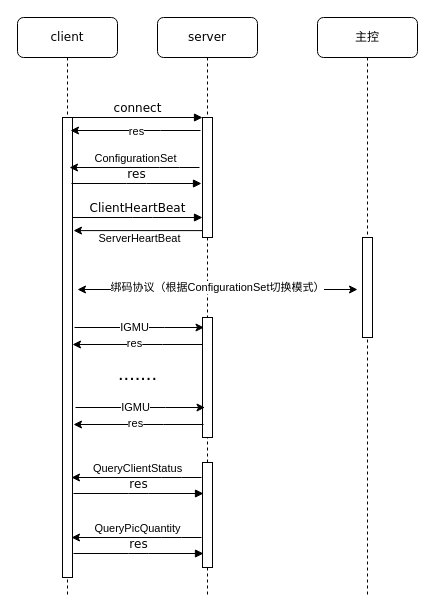
xwkeke/MyGit keeps this draw.io diagram as Untitled Diagram.drawio. Above is the earlier version. Source tidied: cells renumbered, new cells numbered last; positions are measured from the earlier drawing's top-left corner, leaving out a move shared by most shapes. Both pictures are drawn from the tidied source at 100%, with x=0, y=0 at pixel (17, 17).
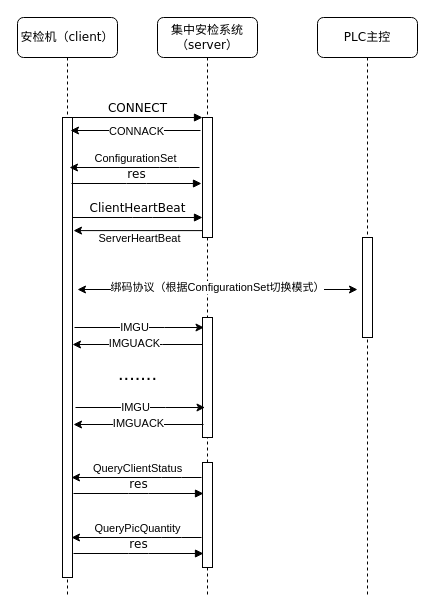
The same diagram, later.

Unchanged cells that the change refers to:
```xml
<mxCell id="3" style="html=1;points=[];perimeter=orthogonalPerimeter;rounded=0;shadow=0;comic=0;labelBackgroundColor=none;strokeWidth=1;fontFamily=Verdana;fontSize=12;align=center;" parent="2" vertex="1">
  <mxGeometry x="45" y="100" width="10" height="120" as="geometry" />
</mxCell>
<mxCell id="9" style="html=1;points=[];perimeter=orthogonalPerimeter;rounded=0;shadow=0;comic=0;labelBackgroundColor=none;strokeWidth=1;fontFamily=Verdana;fontSize=12;align=center;" parent="8" vertex="1">
  <mxGeometry x="45" y="100" width="10" height="460" as="geometry" />
</mxCell>
<mxCell id="11" style="endArrow=classic;html=1;" parent="1" edge="1">
  <mxGeometry relative="1" as="geometry">
    <mxPoint x="183" y="113" as="sourcePoint" />
    <mxPoint x="53" y="113" as="targetPoint" />
    <Array as="points">
      <mxPoint x="133" y="113" />
    </Array>
  </mxGeometry>
</mxCell>
<mxCell id="18" style="endArrow=classic;html=1;" parent="1" edge="1">
  <mxGeometry relative="1" as="geometry">
    <mxPoint x="57" y="310" as="sourcePoint" />
    <mxPoint x="186.5" y="310" as="targetPoint" />
    <Array as="points">
      <mxPoint x="137" y="310" />
    </Array>
  </mxGeometry>
</mxCell>
<mxCell id="23" style="endArrow=classic;html=1;" parent="1" edge="1">
  <mxGeometry relative="1" as="geometry">
    <mxPoint x="185" y="327" as="sourcePoint" />
    <mxPoint x="55" y="327" as="targetPoint" />
    <Array as="points">
      <mxPoint x="135" y="327" />
    </Array>
  </mxGeometry>
</mxCell>
<mxCell id="25" style="endArrow=classic;html=1;" parent="1" edge="1">
  <mxGeometry relative="1" as="geometry">
    <mxPoint x="58" y="390" as="sourcePoint" />
    <mxPoint x="187.5" y="390" as="targetPoint" />
    <Array as="points">
      <mxPoint x="138" y="390" />
    </Array>
  </mxGeometry>
</mxCell>
<mxCell id="27" style="endArrow=classic;html=1;" parent="1" edge="1">
  <mxGeometry relative="1" as="geometry">
    <mxPoint x="186" y="407" as="sourcePoint" />
    <mxPoint x="56" y="407" as="targetPoint" />
    <Array as="points">
      <mxPoint x="136" y="407" />
    </Array>
  </mxGeometry>
</mxCell>
```

What changed in the source:
```diff
@@
-    <mxCell id="2" value="server" style="shape=umlLifeline;perimeter=lifelinePerimeter;whiteSpace=wrap;html=1;rounded=1;shadow=0;comic=0;labelBackgroundColor=none;strokeWidth=1;fontFamily=Verdana;fontSize=12;align=center;" parent="1" vertex="1">
+    <mxCell id="2" value="集中安检系统（server）" style="shape=umlLifeline;perimeter=lifelinePerimeter;whiteSpace=wrap;html=1;rounded=1;shadow=0;comic=0;labelBackgroundColor=none;strokeWidth=1;fontFamily=Verdana;fontSize=12;align=center;" parent="1" vertex="1">
       <mxGeometry x="140" width="100" height="580" as="geometry" />
     </mxCell>
@@
-    <mxCell id="6" value="主控" style="shape=umlLifeline;perimeter=lifelinePerimeter;whiteSpace=wrap;html=1;rounded=1;shadow=0;comic=0;labelBackgroundColor=none;strokeWidth=1;fontFamily=Verdana;fontSize=12;align=center;" parent="1" vertex="1">
+    <mxCell id="6" value="PLC主控" style="shape=umlLifeline;perimeter=lifelinePerimeter;whiteSpace=wrap;html=1;rounded=1;shadow=0;comic=0;labelBackgroundColor=none;strokeWidth=1;fontFamily=Verdana;fontSize=12;align=center;" parent="1" vertex="1">
       <mxGeometry x="300" width="100" height="580" as="geometry" />
     </mxCell>
@@
-    <mxCell id="8" value="client" style="shape=umlLifeline;perimeter=lifelinePerimeter;whiteSpace=wrap;html=1;rounded=1;shadow=0;comic=0;labelBackgroundColor=none;strokeWidth=1;fontFamily=Verdana;fontSize=12;align=center;" parent="1" vertex="1">
+    <mxCell id="8" value="安检机（client）" style="shape=umlLifeline;perimeter=lifelinePerimeter;whiteSpace=wrap;html=1;rounded=1;shadow=0;comic=0;labelBackgroundColor=none;strokeWidth=1;fontFamily=Verdana;fontSize=12;align=center;" parent="1" vertex="1">
       <mxGeometry width="100" height="580" as="geometry" />
     </mxCell>
@@
-    <mxCell id="10" value="connect" style="html=1;verticalAlign=bottom;endArrow=block;entryX=0;entryY=0;labelBackgroundColor=none;fontFamily=Verdana;fontSize=12;edgeStyle=elbowEdgeStyle;elbow=vertical;" parent="1" edge="1" source="9" target="3">
+    <mxCell id="10" value="CONNECT" style="html=1;verticalAlign=bottom;endArrow=block;entryX=0;entryY=0;labelBackgroundColor=none;fontFamily=Verdana;fontSize=12;edgeStyle=elbowEdgeStyle;elbow=vertical;" parent="1" edge="1" source="9" target="3">
       <mxGeometry relative="1" as="geometry" />
     </mxCell>
@@
-    <mxCell id="12" value="res" style="edgeLabel;html=1;align=center;verticalAlign=middle;" parent="11" vertex="1">
+    <mxCell id="12" value="CONNACK" style="edgeLabel;html=1;align=center;verticalAlign=middle;" parent="11" vertex="1">
       <mxGeometry x="-0.12" relative="1" as="geometry">
         <mxPoint x="-8" as="offset" />
       </mxGeometry>
     </mxCell>
@@
-    <mxCell id="19" value="IGMU" style="edgeLabel;html=1;align=center;verticalAlign=middle;" parent="18" vertex="1">
+    <mxCell id="19" value="IMGU" style="edgeLabel;html=1;align=center;verticalAlign=middle;" parent="18" vertex="1">
       <mxGeometry x="-0.15" y="1" relative="1" as="geometry">
         <mxPoint x="4" as="offset" />
       </mxGeometry>
     </mxCell>
@@
-    <mxCell id="24" value="res" style="edgeLabel;html=1;align=center;verticalAlign=middle;" parent="23" vertex="1">
+    <mxCell id="24" value="IMGUACK" style="edgeLabel;html=1;align=center;verticalAlign=middle;" parent="23" vertex="1">
       <mxGeometry x="-0.09" y="2" relative="1" as="geometry">
         <mxPoint x="-10" y="-4" as="offset" />
       </mxGeometry>
     </mxCell>
@@
-    <mxCell id="26" value="IGMU" style="edgeLabel;html=1;align=center;verticalAlign=middle;" parent="25" vertex="1">
+    <mxCell id="26" value="IMGU" style="edgeLabel;html=1;align=center;verticalAlign=middle;" parent="25" vertex="1">
       <mxGeometry x="-0.15" y="1" relative="1" as="geometry">
         <mxPoint x="4" as="offset" />
       </mxGeometry>
     </mxCell>
@@
-    <mxCell id="28" value="res" style="edgeLabel;html=1;align=center;verticalAlign=middle;" parent="27" vertex="1">
+    <mxCell id="28" value="IMGUACK" style="edgeLabel;html=1;align=center;verticalAlign=middle;" parent="27" vertex="1">
       <mxGeometry x="-0.09" y="2" relative="1" as="geometry">
-        <mxPoint x="-10" y="-4" as="offset" />
+        <mxPoint x="-7" y="-4" as="offset" />
       </mxGeometry>
     </mxCell>
```
